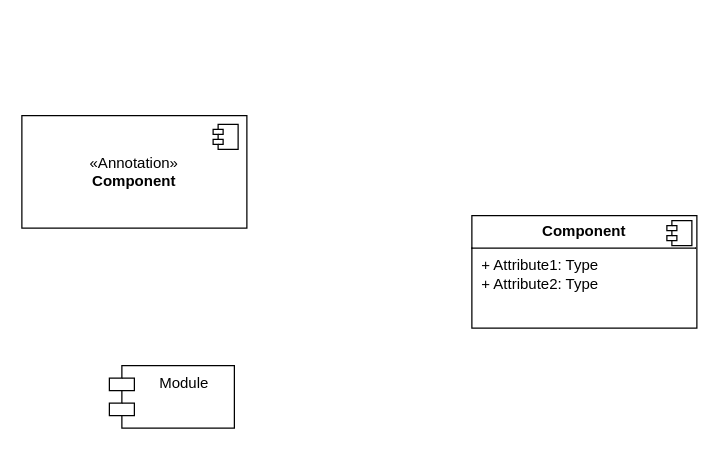
Botchi24/glsp keeps this draw.io diagram as componentDiagram.drawio. Above is the earlier version. Source tidied: cells renumbered, new cells numbered last; positions are measured from the earlier drawing's top-left corner, leaving out a move shared by most shapes. Both pictures are drawn from the tidied source at 125%, with x=0, y=0 at pixel (21, 115).
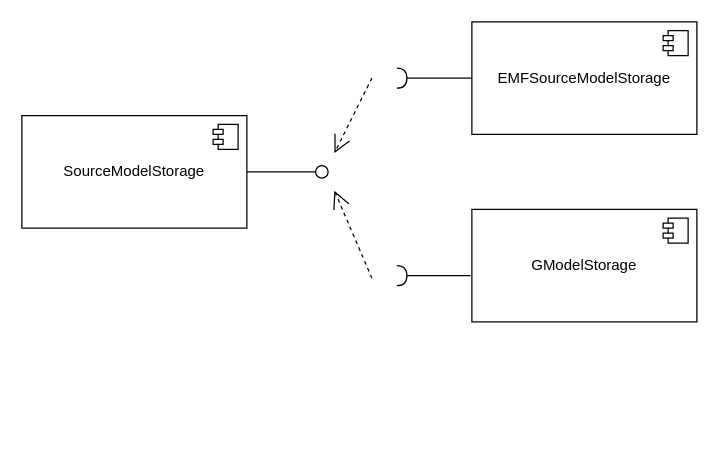
The same page after the edit.

Change to the diagram source:
```diff
@@
 <mxGraphModel>
   <root>
     <mxCell id="0" />
     <mxCell id="1" parent="0" />
-    <mxCell id="2" value="&amp;laquo;Annotation&amp;raquo;&lt;br/&gt;&lt;b&gt;Component&lt;/b&gt;" style="html=1;whiteSpace=wrap;" parent="1" vertex="1">
+    <mxCell id="2" value="&lt;div&gt;SourceModelStorage&lt;/div&gt;" style="html=1;whiteSpace=wrap;" parent="1" vertex="1">
       <mxGeometry width="180" height="90" as="geometry" />
     </mxCell>
     <mxCell id="3" style="shape=module;jettyWidth=8;jettyHeight=4;" parent="2" vertex="1">
       <mxGeometry x="1" width="20" height="20" relative="1" as="geometry">
         <mxPoint x="-27" y="7" as="offset" />
       </mxGeometry>
     </mxCell>
-    <mxCell id="4" value="&lt;p style=&quot;margin:0px;margin-top:6px;text-align:center;&quot;&gt;&lt;b&gt;Component&lt;/b&gt;&lt;/p&gt;&lt;hr size=&quot;1&quot; style=&quot;border-style:solid;&quot;/&gt;&lt;p style=&quot;margin:0px;margin-left:8px;&quot;&gt;+ Attribute1: Type&lt;br/&gt;+ Attribute2: Type&lt;/p&gt;" style="align=left;overflow=fill;html=1;whiteSpace=wrap;" parent="1" vertex="1">
-      <mxGeometry x="360" y="80" width="180" height="90" as="geometry" />
-    </mxCell>
-    <mxCell id="5" style="shape=component;jettyWidth=8;jettyHeight=4;" parent="4" vertex="1">
-      <mxGeometry x="1" width="20" height="20" relative="1" as="geometry">
-        <mxPoint x="-24" y="4" as="offset" />
-      </mxGeometry>
-    </mxCell>
-    <mxCell id="6" value="Module" style="shape=module;align=left;spacingLeft=20;align=center;verticalAlign=top;whiteSpace=wrap;html=1;" parent="1" vertex="1">
-      <mxGeometry x="70" y="200" width="100" height="50" as="geometry" />
-    </mxCell>
+    <mxCell id="7" style="rounded=0;jettySize=auto;html=1;endArrow=halfCircle;endFill=0;endSize=6;strokeWidth=1;sketch=0;fontSize=12;curved=1;exitX=-0.006;exitY=0.589;exitDx=0;exitDy=0;exitPerimeter=0;" parent="1" edge="1" source="12">
+      <mxGeometry relative="1" as="geometry">
+        <mxPoint x="300" y="128" as="targetPoint" />
+      </mxGeometry>
+    </mxCell>
+    <mxCell id="8" style="rounded=0;jettySize=auto;html=1;endArrow=oval;endFill=0;sketch=0;sourcePerimeterSpacing=0;targetPerimeterSpacing=0;endSize=10;fontSize=12;curved=1;exitX=1;exitY=0.5;exitDx=0;exitDy=0;" parent="1" edge="1" source="2">
+      <mxGeometry relative="1" as="geometry">
+        <mxPoint x="240" y="45" as="targetPoint" />
+      </mxGeometry>
+    </mxCell>
+    <mxCell id="9" style="ellipse;whiteSpace=wrap;html=1;align=center;fillColor=none;strokeColor=none;perimeter=centerPerimeter;" parent="1" vertex="1">
+      <mxGeometry x="385" y="250" width="10" height="10" as="geometry" />
+    </mxCell>
+    <mxCell id="10" value="&lt;div&gt;EMFSourceModelStorage&lt;/div&gt;" style="html=1;whiteSpace=wrap;" parent="1" vertex="1">
+      <mxGeometry x="360" y="-75" width="180" height="90" as="geometry" />
+    </mxCell>
+    <mxCell id="11" style="shape=module;jettyWidth=8;jettyHeight=4;" parent="10" vertex="1">
+      <mxGeometry x="1" width="20" height="20" relative="1" as="geometry">
+        <mxPoint x="-27" y="7" as="offset" />
+      </mxGeometry>
+    </mxCell>
+    <mxCell id="12" value="&lt;div&gt;GModelStorage&lt;/div&gt;" style="html=1;whiteSpace=wrap;" parent="1" vertex="1">
+      <mxGeometry x="360" y="75" width="180" height="90" as="geometry" />
+    </mxCell>
+    <mxCell id="13" style="shape=module;jettyWidth=8;jettyHeight=4;" parent="12" vertex="1">
+      <mxGeometry x="1" width="20" height="20" relative="1" as="geometry">
+        <mxPoint x="-27" y="7" as="offset" />
+      </mxGeometry>
+    </mxCell>
+    <mxCell id="14" style="rounded=0;jettySize=auto;html=1;endArrow=halfCircle;endFill=0;endSize=6;strokeWidth=1;sketch=0;fontSize=12;curved=1;exitX=0;exitY=0.5;exitDx=0;exitDy=0;" parent="1" edge="1" source="10">
+      <mxGeometry relative="1" as="geometry">
+        <mxPoint x="300" y="-30" as="targetPoint" />
+      </mxGeometry>
+    </mxCell>
+    <mxCell id="15" style="endArrow=open;endSize=12;dashed=1;html=1;rounded=0;fontSize=12;curved=1;" parent="1" edge="1">
+      <mxGeometry relative="1" as="geometry">
+        <mxPoint x="280" y="-30" as="sourcePoint" />
+        <mxPoint x="250" y="30" as="targetPoint" />
+      </mxGeometry>
+    </mxCell>
+    <mxCell id="16" style="endArrow=open;endSize=12;dashed=1;html=1;rounded=0;fontSize=12;curved=1;" parent="1" edge="1">
+      <mxGeometry relative="1" as="geometry">
+        <mxPoint x="280" y="130" as="sourcePoint" />
+        <mxPoint x="250" y="60" as="targetPoint" />
+      </mxGeometry>
+    </mxCell>
   </root>
 </mxGraphModel>
```
